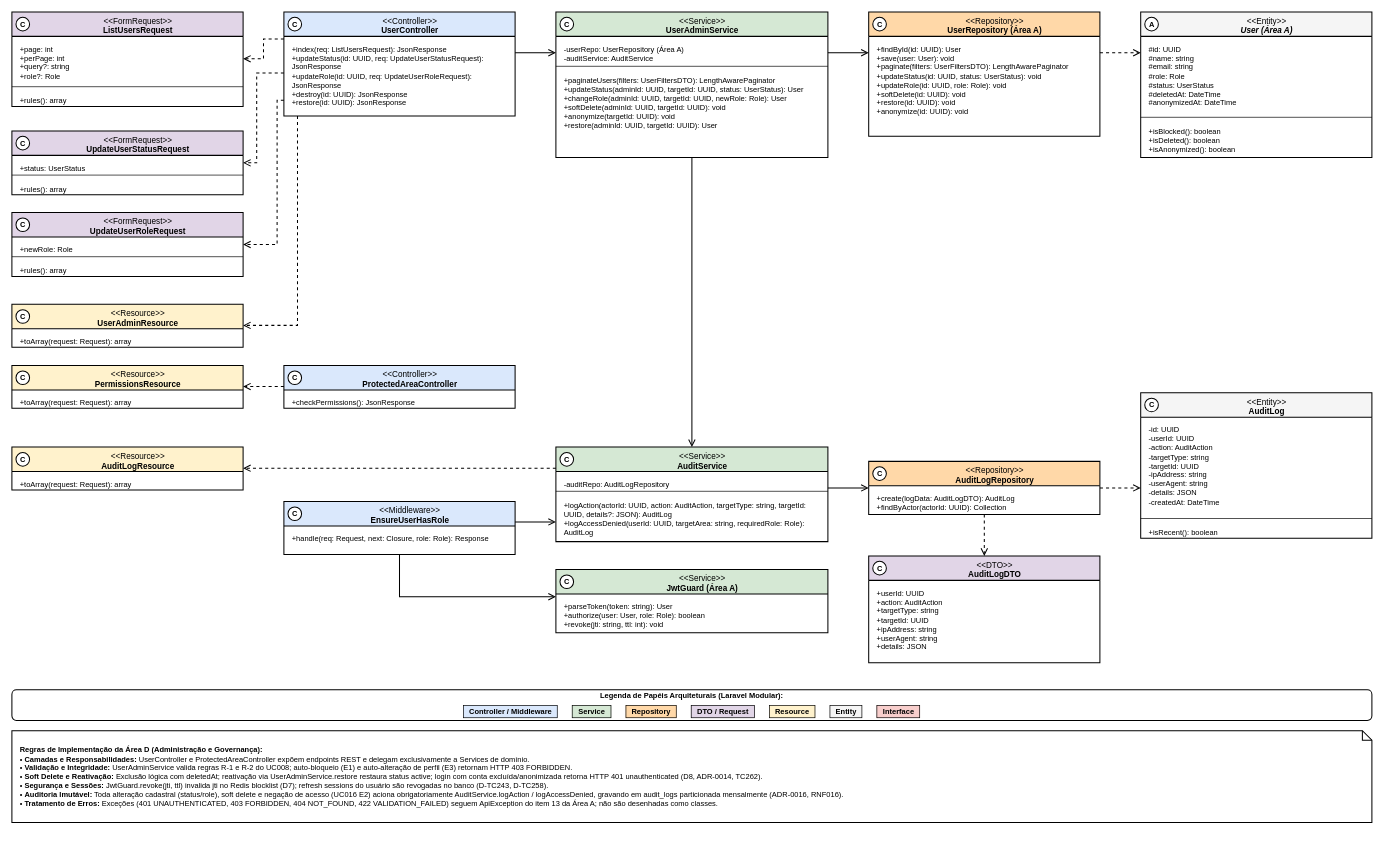
The draw.io diagram especificacao/diagramas/13-classes-area-d-implementacao-administracao.drawio in Plataforma-de-Cursos-TCC/plataforma-cursos-docs, before the edit. Source tidied: cells renumbered, new cells numbered last; positions are measured from the earlier drawing's top-left corner, leaving out a move shared by most shapes. Both pictures are drawn from the tidied source at 68%, with x=0, y=0 at pixel (12, 12).
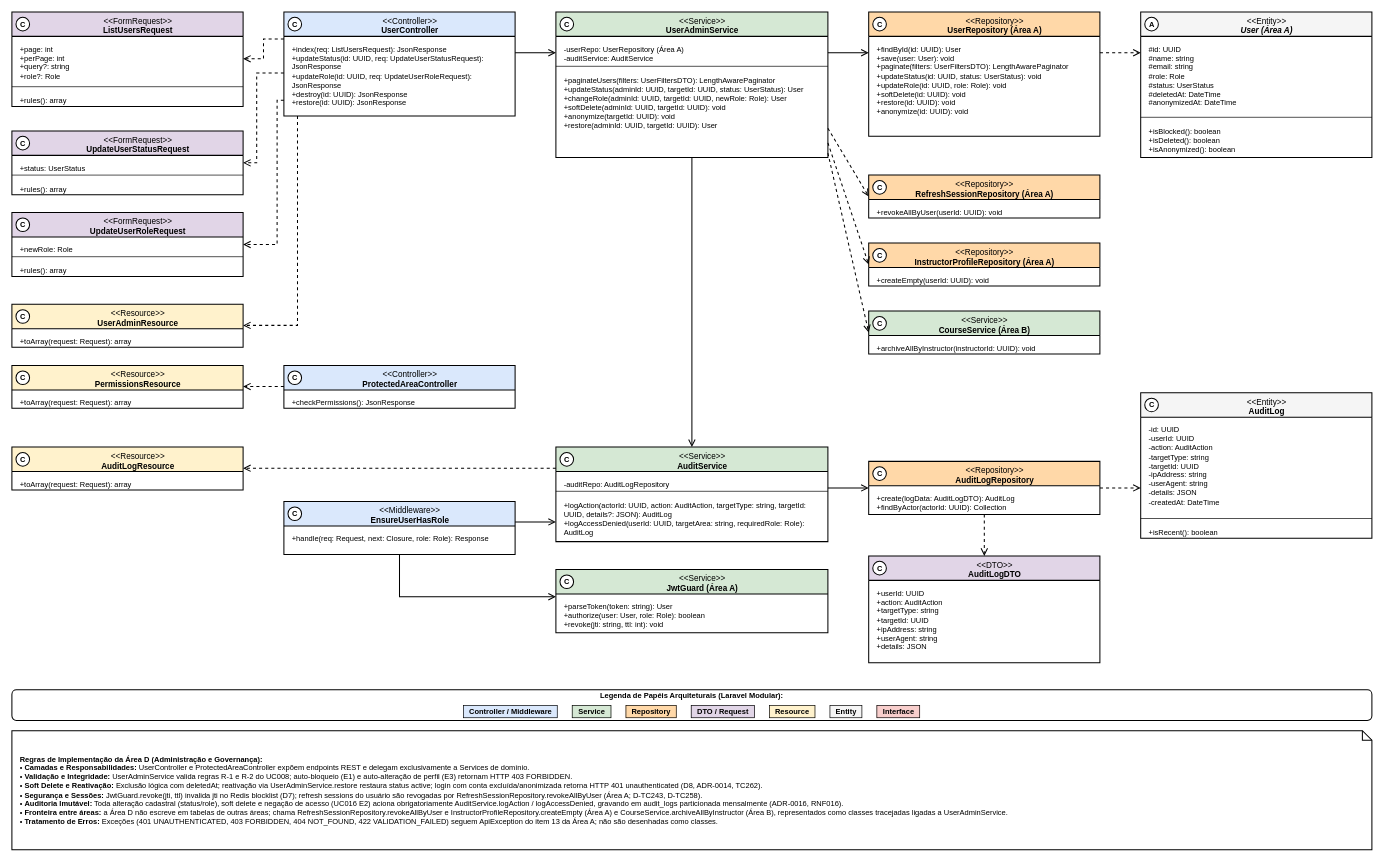
After the change.

Commit message (it also covers changes not shown here):
docs(diagrama-de-classes): show cross-area calls as dashed external classes

Unchanged cells that the change refers to:
```xml
<mxCell id="26" value="&amp;lt;&amp;lt;Service&amp;gt;&amp;gt;&lt;br&gt;&lt;b&gt;UserAdminService&lt;/b&gt;" style="swimlane;html=1;fontStyle=0;align=center;verticalAlign=top;startSize=36;fillColor=#D5E8D4;swimlaneFillColor=#FFFFFF;strokeColor=#000000;strokeWidth=1.5;fontFamily=Helvetica;fontSize=12;fontColor=#000000;rounded=0;spacingLeft=30;" parent="1" vertex="1">
  <mxGeometry x="800" width="400" height="214" as="geometry" />
</mxCell>
```

Diff of the diagram source:
```diff
@@
-    <mxCell id="51" value="&lt;b&gt;Regras de Implementação da Área D (Administração e Governança):&lt;/b&gt;&lt;br&gt;• &lt;b&gt;Camadas e Responsabilidades:&lt;/b&gt; UserController e ProtectedAreaController expõem endpoints REST e delegam exclusivamente a Services de domínio.&lt;br&gt;• &lt;b&gt;Validação e Integridade:&lt;/b&gt; UserAdminService valida regras R-1 e R-2 do UC008; auto-bloqueio (E1) e auto-alteração de perfil (E3) retornam HTTP 403 FORBIDDEN.&lt;br&gt;• &lt;b&gt;Soft Delete e Reativação:&lt;/b&gt; Exclusão lógica com deletedAt; reativação via UserAdminService.restore restaura status active; login com conta excluída/anonimizada retorna HTTP 401 unauthenticated (D8, ADR-0014, TC262).&lt;br&gt;• &lt;b&gt;Segurança e Sessões:&lt;/b&gt; JwtGuard.revoke(jti, ttl) invalida jti no Redis blocklist (D7); refresh sessions do usuário são revogadas no banco (D-TC243, D-TC258).&lt;br&gt;• &lt;b&gt;Auditoria Imutável:&lt;/b&gt; Toda alteração cadastral (status/role), soft delete e negação de acesso (UC016 E2) aciona obrigatoriamente AuditService.logAction / logAccessDenied, gravando em audit_logs particionada mensalmente (ADR-0016, RNF016).&lt;br&gt;• &lt;b&gt;Tratamento de Erros:&lt;/b&gt; Exceções (401 UNAUTHENTICATED, 403 FORBIDDEN, 404 NOT_FOUND, 422 VALIDATION_FAILED) seguem ApiException do item 13 da Área A; não são desenhadas como classes." style="shape=note;whiteSpace=wrap;html=1;size=14;verticalAlign=middle;align=left;spacingLeft=10;spacingRight=10;fillColor=#FFFFFF;strokeColor=#000000;strokeWidth=1.5;fontFamily=Helvetica;fontSize=11;fontColor=#000000;" parent="1" vertex="1">
-      <mxGeometry y="1057" width="2000" height="135" as="geometry" />
+    <mxCell id="51" value="&lt;b&gt;Regras de Implementação da Área D (Administração e Governança):&lt;/b&gt;&lt;br&gt;• &lt;b&gt;Camadas e Responsabilidades:&lt;/b&gt; UserController e ProtectedAreaController expõem endpoints REST e delegam exclusivamente a Services de domínio.&lt;br&gt;• &lt;b&gt;Validação e Integridade:&lt;/b&gt; UserAdminService valida regras R-1 e R-2 do UC008; auto-bloqueio (E1) e auto-alteração de perfil (E3) retornam HTTP 403 FORBIDDEN.&lt;br&gt;• &lt;b&gt;Soft Delete e Reativação:&lt;/b&gt; Exclusão lógica com deletedAt; reativação via UserAdminService.restore restaura status active; login com conta excluída/anonimizada retorna HTTP 401 unauthenticated (D8, ADR-0014, TC262).&lt;br&gt;• &lt;b&gt;Segurança e Sessões:&lt;/b&gt; JwtGuard.revoke(jti, ttl) invalida jti no Redis blocklist (D7); refresh sessions do usuário são revogadas por RefreshSessionRepository.revokeAllByUser (Área A; D-TC243, D-TC258).&lt;br&gt;• &lt;b&gt;Auditoria Imutável:&lt;/b&gt; Toda alteração cadastral (status/role), soft delete e negação de acesso (UC016 E2) aciona obrigatoriamente AuditService.logAction / logAccessDenied, gravando em audit_logs particionada mensalmente (ADR-0016, RNF016).&lt;br&gt;• &lt;b&gt;Fronteira entre áreas:&lt;/b&gt; a Área D não escreve em tabelas de outras áreas; chama RefreshSessionRepository.revokeAllByUser e InstructorProfileRepository.createEmpty (Área A) e CourseService.archiveAllByInstructor (Área B), representados como classes tracejadas ligadas a UserAdminService.&lt;br&gt;• &lt;b&gt;Tratamento de Erros:&lt;/b&gt; Exceções (401 UNAUTHENTICATED, 403 FORBIDDEN, 404 NOT_FOUND, 422 VALIDATION_FAILED) seguem ApiException do item 13 da Área A; não são desenhadas como classes." style="shape=note;whiteSpace=wrap;html=1;size=14;verticalAlign=middle;align=left;spacingLeft=10;spacingRight=10;fillColor=#FFFFFF;strokeColor=#000000;strokeWidth=1.5;fontFamily=Helvetica;fontSize=11;fontColor=#000000;" parent="1" vertex="1">
+      <mxGeometry y="1057" width="2000" height="175" as="geometry" />
     </mxCell>
@@
+    <mxCell id="84" value="&amp;lt;&amp;lt;Repository&amp;gt;&amp;gt;&lt;br&gt;&lt;b&gt;RefreshSessionRepository (Área A)&lt;/b&gt;" style="swimlane;html=1;fontStyle=0;align=center;verticalAlign=top;startSize=36;fillColor=#FFD8A8;swimlaneFillColor=#FFFFFF;strokeColor=#000000;strokeWidth=1.5;fontFamily=Helvetica;fontSize=12;fontColor=#000000;rounded=0;dashed=1;dashPattern=8 8spacingLeft=30;" parent="1" vertex="1">
+      <mxGeometry x="1260" y="240" width="340" height="63" as="geometry" />
+    </mxCell>
+    <mxCell id="85" value="+revokeAllByUser(userId: UUID): void" style="text;html=1;align=left;verticalAlign=top;spacingLeft=10;spacingRight=8;spacingTop=6;fontSize=11;fontFamily=Helvetica;fontColor=#000000;strokeColor=none;fillColor=none;whiteSpace=wrap;" parent="84" vertex="1">
+      <mxGeometry y="36" width="340" height="27" as="geometry" />
+    </mxCell>
+    <mxCell id="86" value="&amp;lt;&amp;lt;Repository&amp;gt;&amp;gt;&lt;br&gt;&lt;b&gt;InstructorProfileRepository (Área A)&lt;/b&gt;" style="swimlane;html=1;fontStyle=0;align=center;verticalAlign=top;startSize=36;fillColor=#FFD8A8;swimlaneFillColor=#FFFFFF;strokeColor=#000000;strokeWidth=1.5;fontFamily=Helvetica;fontSize=12;fontColor=#000000;rounded=0;dashed=1;dashPattern=8 8spacingLeft=30;" parent="1" vertex="1">
+      <mxGeometry x="1260" y="340" width="340" height="63" as="geometry" />
+    </mxCell>
+    <mxCell id="87" value="+createEmpty(userId: UUID): void" style="text;html=1;align=left;verticalAlign=top;spacingLeft=10;spacingRight=8;spacingTop=6;fontSize=11;fontFamily=Helvetica;fontColor=#000000;strokeColor=none;fillColor=none;whiteSpace=wrap;" parent="86" vertex="1">
+      <mxGeometry y="36" width="340" height="27" as="geometry" />
+    </mxCell>
+    <mxCell id="88" value="&amp;lt;&amp;lt;Service&amp;gt;&amp;gt;&lt;br&gt;&lt;b&gt;CourseService (Área B)&lt;/b&gt;" style="swimlane;html=1;fontStyle=0;align=center;verticalAlign=top;startSize=36;fillColor=#D5E8D4;swimlaneFillColor=#FFFFFF;strokeColor=#000000;strokeWidth=1.5;fontFamily=Helvetica;fontSize=12;fontColor=#000000;rounded=0;dashed=1;dashPattern=8 8spacingLeft=30;" parent="1" vertex="1">
+      <mxGeometry x="1260" y="440" width="340" height="63" as="geometry" />
+    </mxCell>
+    <mxCell id="89" value="+archiveAllByInstructor(instructorId: UUID): void" style="text;html=1;align=left;verticalAlign=top;spacingLeft=10;spacingRight=8;spacingTop=6;fontSize=11;fontFamily=Helvetica;fontColor=#000000;strokeColor=none;fillColor=none;whiteSpace=wrap;" parent="88" vertex="1">
+      <mxGeometry y="36" width="340" height="27" as="geometry" />
+    </mxCell>
+    <mxCell id="90" style="rounded=0;html=1;strokeColor=#000000;strokeWidth=1.5;fontFamily=Helvetica;fontSize=12;endArrow=open;endFill=0;endSize=8;dashed=1;exitX=1.0000;exitY=0.8000;exitPerimeter=0;entryX=0.0000;entryY=0.5000;entryPerimeter=0;" parent="1" edge="1" source="26" target="84">
+      <mxGeometry relative="1" as="geometry" />
+    </mxCell>
+    <mxCell id="91" style="rounded=0;html=1;strokeColor=#000000;strokeWidth=1.5;fontFamily=Helvetica;fontSize=12;endArrow=open;endFill=0;endSize=8;dashed=1;exitX=1.0000;exitY=0.9000;exitPerimeter=0;entryX=0.0000;entryY=0.5000;entryPerimeter=0;" parent="1" edge="1" source="26" target="86">
+      <mxGeometry relative="1" as="geometry" />
+    </mxCell>
+    <mxCell id="92" style="rounded=0;html=1;strokeColor=#000000;strokeWidth=1.5;fontFamily=Helvetica;fontSize=12;endArrow=open;endFill=0;endSize=8;dashed=1;exitX=1.0000;exitY=0.9700;exitPerimeter=0;entryX=0.0000;entryY=0.5000;entryPerimeter=0;" parent="1" edge="1" source="26" target="88">
+      <mxGeometry relative="1" as="geometry" />
+    </mxCell>
@@
+    <mxCell id="93" value="C" style="ellipse;html=1;fillColor=#FFFFFF;strokeColor=#000000;strokeWidth=1.5;fontFamily=Helvetica;fontSize=11;fontStyle=1;fontColor=#000000;" parent="1" vertex="1">
+      <mxGeometry x="1266" y="248" width="20" height="20" as="geometry" />
+    </mxCell>
+    <mxCell id="94" value="C" style="ellipse;html=1;fillColor=#FFFFFF;strokeColor=#000000;strokeWidth=1.5;fontFamily=Helvetica;fontSize=11;fontStyle=1;fontColor=#000000;" parent="1" vertex="1">
+      <mxGeometry x="1266" y="348" width="20" height="20" as="geometry" />
+    </mxCell>
+    <mxCell id="95" value="C" style="ellipse;html=1;fillColor=#FFFFFF;strokeColor=#000000;strokeWidth=1.5;fontFamily=Helvetica;fontSize=11;fontStyle=1;fontColor=#000000;" parent="1" vertex="1">
+      <mxGeometry x="1266" y="448" width="20" height="20" as="geometry" />
+    </mxCell>
```
